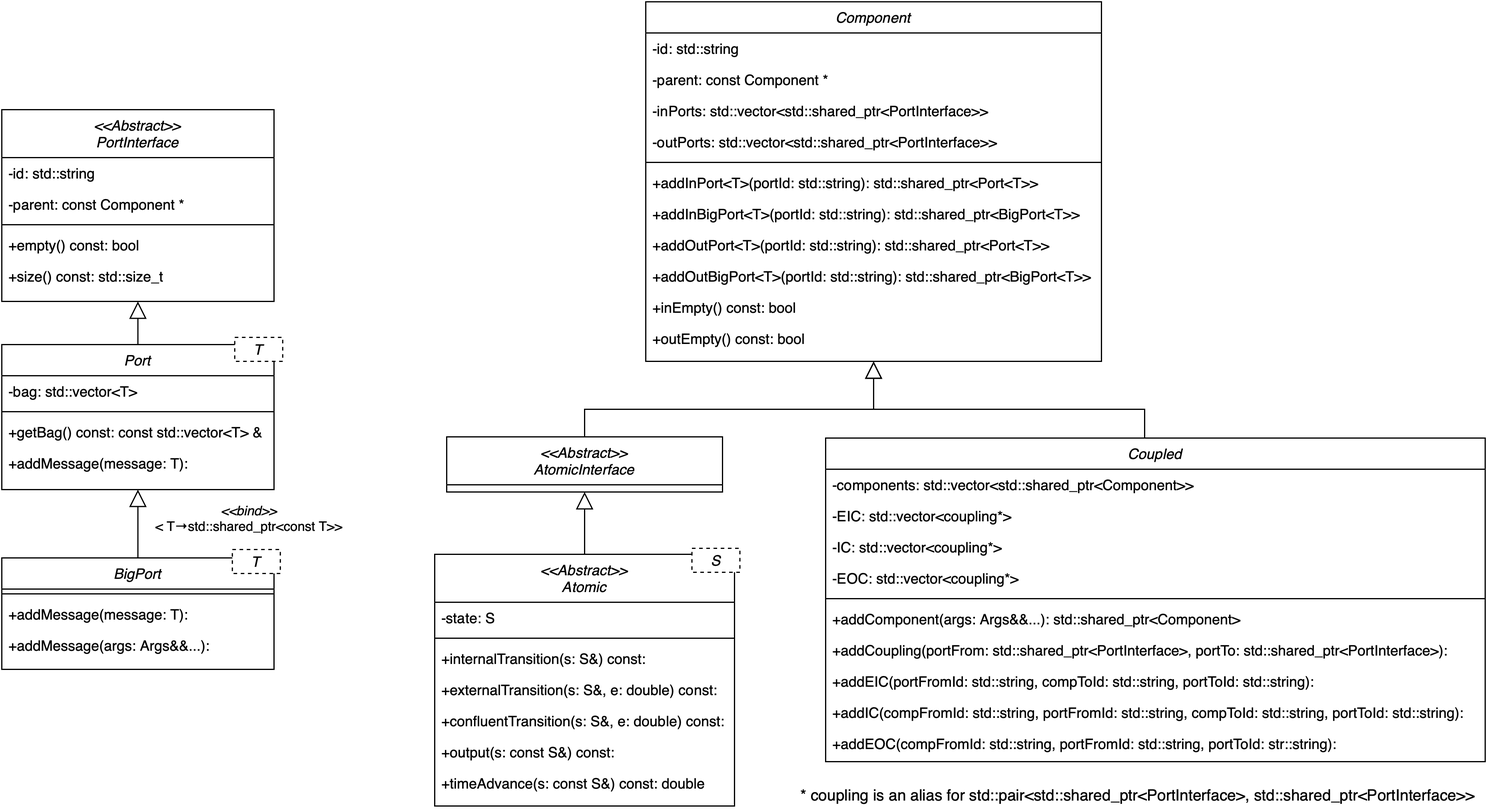
Earlier version of the draw.io export model_uml.png (SimulationEverywhere/cadmium_v2). Source tidied: cells renumbered, new cells last; positions are measured from the earlier drawing's top-left corner, leaving out a move shared by most shapes.
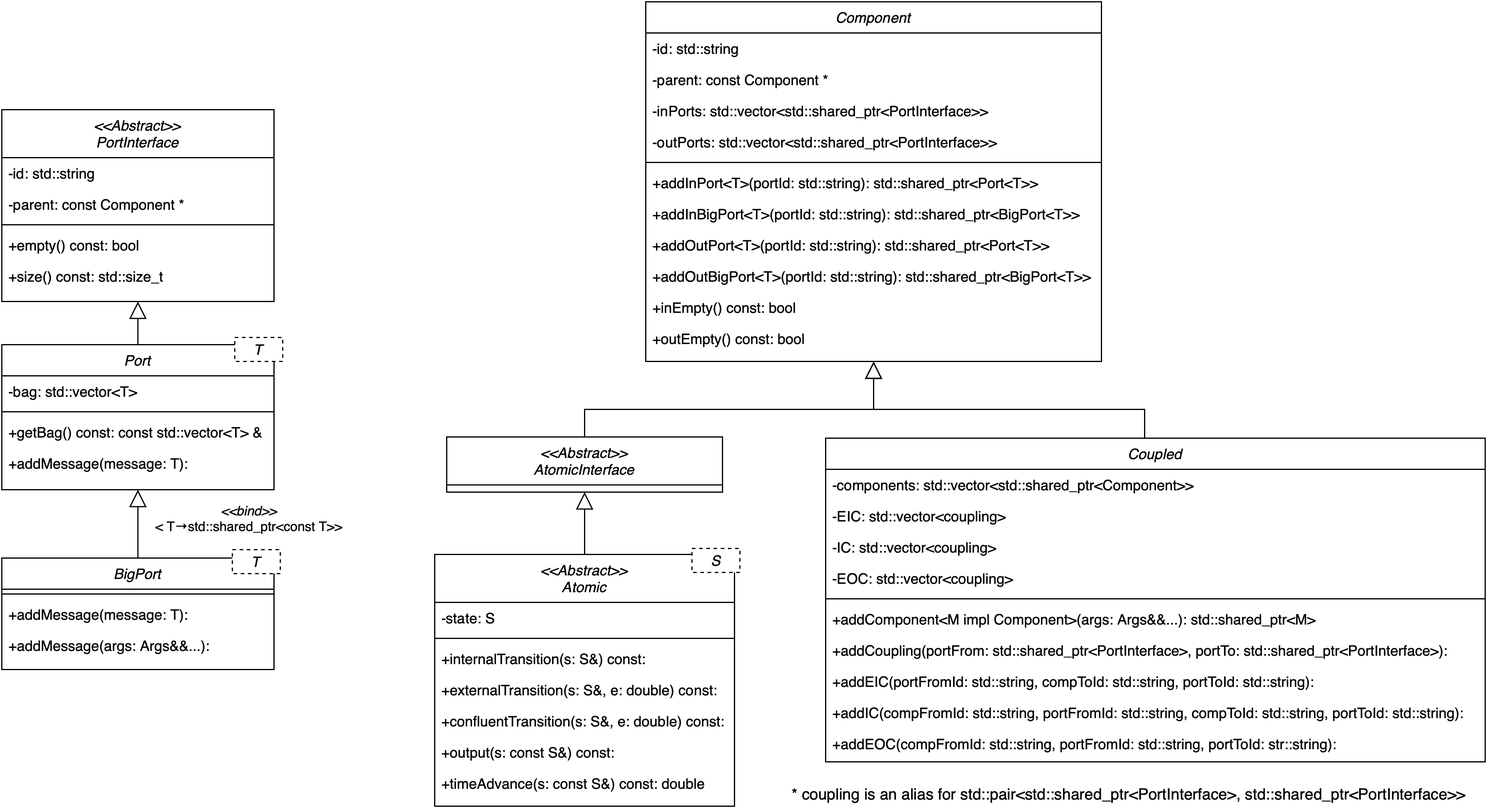
After the commit.

Commit message:
Model UML updated

What changed in the source:
```diff
@@ -104,19 +104,19 @@
     <mxCell id="35" value="-components: std::vector&lt;std::shared_ptr&lt;Component&gt;&gt;" style="text;align=left;verticalAlign=top;spacingLeft=4;spacingRight=4;overflow=hidden;" parent="34" vertex="1">
       <mxGeometry y="26" width="550" height="26" as="geometry" />
     </mxCell>
-    <mxCell id="36" value="-EIC: std::vector&lt;coupling*&gt;" style="text;align=left;verticalAlign=top;spacingLeft=4;spacingRight=4;overflow=hidden;rounded=0;shadow=0;html=0;" parent="34" vertex="1">
+    <mxCell id="36" value="-EIC: std::vector&lt;coupling&gt;" style="text;align=left;verticalAlign=top;spacingLeft=4;spacingRight=4;overflow=hidden;rounded=0;shadow=0;html=0;" parent="34" vertex="1">
       <mxGeometry y="52" width="550" height="26" as="geometry" />
     </mxCell>
-    <mxCell id="37" value="-IC: std::vector&lt;coupling*&gt;" style="text;align=left;verticalAlign=top;spacingLeft=4;spacingRight=4;overflow=hidden;rounded=0;shadow=0;html=0;" parent="34" vertex="1">
+    <mxCell id="37" value="-IC: std::vector&lt;coupling&gt;" style="text;align=left;verticalAlign=top;spacingLeft=4;spacingRight=4;overflow=hidden;rounded=0;shadow=0;html=0;" parent="34" vertex="1">
       <mxGeometry y="78" width="550" height="26" as="geometry" />
     </mxCell>
-    <mxCell id="38" value="-EOC: std::vector&lt;coupling*&gt;" style="text;align=left;verticalAlign=top;spacingLeft=4;spacingRight=4;overflow=hidden;rounded=0;shadow=0;html=0;" parent="34" vertex="1">
+    <mxCell id="38" value="-EOC: std::vector&lt;coupling&gt;" style="text;align=left;verticalAlign=top;spacingLeft=4;spacingRight=4;overflow=hidden;rounded=0;shadow=0;html=0;" parent="34" vertex="1">
       <mxGeometry y="104" width="550" height="26" as="geometry" />
     </mxCell>
     <mxCell id="39" style="line;html=1;strokeWidth=1;align=left;verticalAlign=middle;spacingTop=-1;spacingLeft=3;spacingRight=3;labelPosition=right;" parent="34" vertex="1">
       <mxGeometry y="130" width="550" height="8" as="geometry" />
     </mxCell>
-    <mxCell id="40" value="+addComponent(args: Args&amp;&amp;...): std::shared_ptr&lt;Component&gt;" style="text;align=left;verticalAlign=top;spacingLeft=4;spacingRight=4;overflow=hidden;rounded=0;shadow=0;html=0;" parent="34" vertex="1">
+    <mxCell id="40" value="+addComponent&lt;M impl Component&gt;(args: Args&amp;&amp;...): std::shared_ptr&lt;M&gt;" style="text;align=left;verticalAlign=top;spacingLeft=4;spacingRight=4;overflow=hidden;rounded=0;shadow=0;html=0;" parent="34" vertex="1">
       <mxGeometry y="138" width="550" height="26" as="geometry" />
     </mxCell>
     <mxCell id="41" value="+addCoupling(portFrom: std::shared_ptr&lt;PortInterface&gt;, portTo: std::shared_ptr&lt;PortInterface&gt;):" style="text;align=left;verticalAlign=top;spacingLeft=4;spacingRight=4;overflow=hidden;rounded=0;shadow=0;html=0;" parent="34" vertex="1">
@@ -180,8 +180,8 @@
     <mxCell id="57" style="endArrow=block;endFill=0;endSize=12;html=1;rounded=0;exitX=0.5;exitY=0;exitDx=0;exitDy=0;entryX=0.5;entryY=1;entryDx=0;entryDy=0;edgeStyle=orthogonalEdgeStyle;" parent="1" edge="1" source="48" target="45">
       <mxGeometry relative="1" as="geometry" />
     </mxCell>
-    <mxCell id="58" value="&lt;font style=&quot;font-size: 13px&quot;&gt;* coupling is an alias for std::pair&amp;lt;std::shared_ptr&amp;lt;PortInterface&amp;gt;, std::shared_ptr&amp;lt;PortInterface&amp;gt;&amp;gt;&lt;/font&gt;" style="text;html=1;align=center;verticalAlign=middle;strokeColor=none;fillColor=none;" parent="1" vertex="1">
-      <mxGeometry x="657" y="652" width="580" height="20" as="geometry" />
+    <mxCell id="58" value="&lt;font style=&quot;font-size: 13px&quot;&gt;* coupling is an alias for std::pair&amp;lt;std::shared_ptr&amp;lt;PortInterface&amp;gt;, std::shared_ptr&amp;lt;PortInterface&amp;gt;&amp;gt;&lt;/font&gt;" style="text;html=1;align=left;verticalAlign=middle;strokeColor=none;fillColor=none;" parent="1" vertex="1">
+      <mxGeometry x="657" y="651" width="580" height="20" as="geometry" />
     </mxCell>
   </root>
 </mxGraphModel>
```
